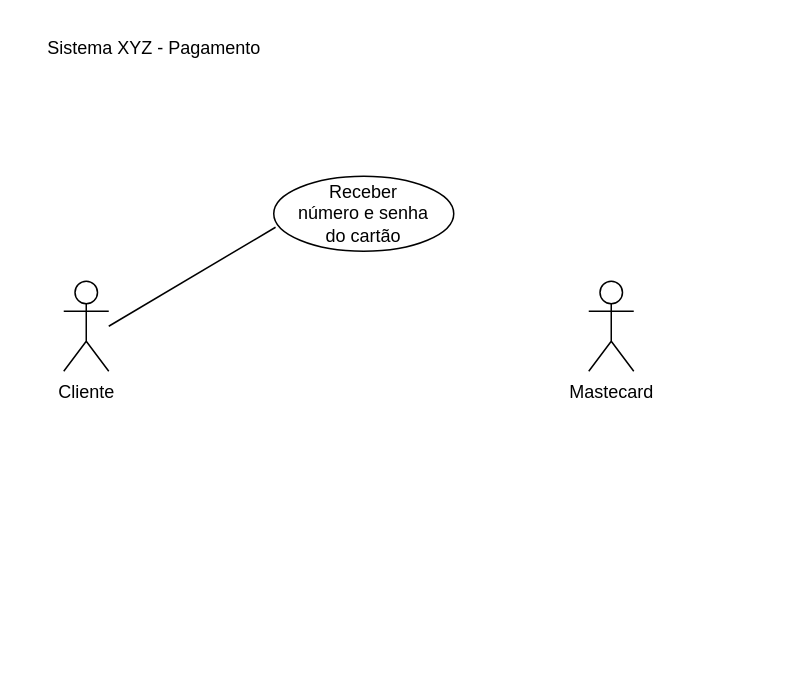
Before: Diagrama sem nome.drawio in ZardsMK/DrawIO, a draw.io diagram. Source tidied: cells renumbered, new cells numbered last; positions are measured from the earlier drawing's top-left corner, leaving out a move shared by most shapes. Both pictures are drawn from the tidied source at 150%, with x=0, y=0 at pixel (26, 26).
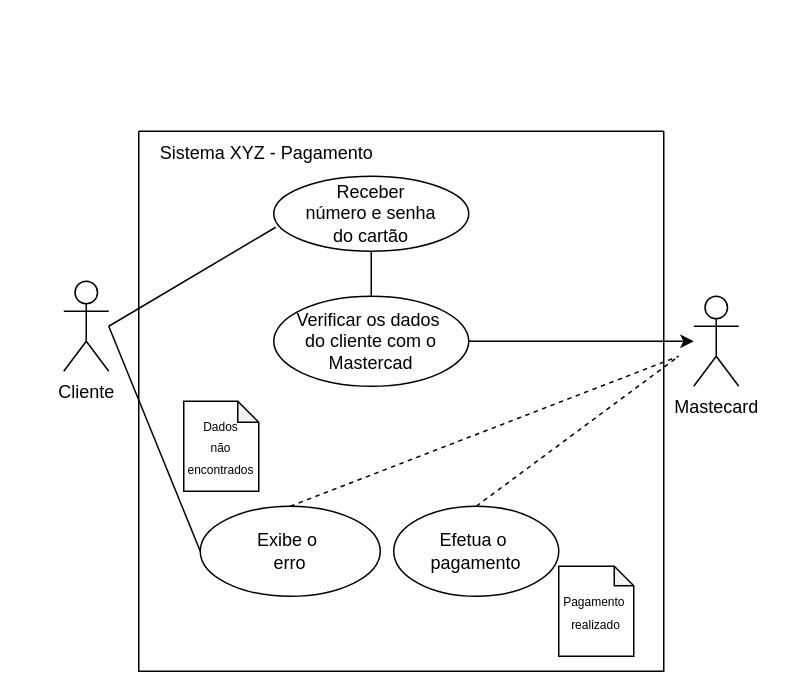
After the change.

Commit message:
Actualizar Diagrama 07/03.drawio

The edit, as a diff of the source:
```diff
@@
-    <mxCell id="2" value="Sistema XYZ - Pagamento" style="text;html=1;align=center;verticalAlign=middle;strokeColor=none;fillColor=none;" parent="1" vertex="1">
-      <mxGeometry width="170" height="30" as="geometry" />
-    </mxCell>
@@
     <mxCell id="4" value="Mastecard" style="shape=umlActor;verticalLabelPosition=bottom;verticalAlign=top;html=1;outlineConnect=0;" parent="1" vertex="1">
-      <mxGeometry x="375" y="170" width="30" height="60" as="geometry" />
+      <mxGeometry x="445" y="180" width="30" height="60" as="geometry" />
     </mxCell>
@@
+    <mxCell id="7" style="edgeStyle=orthogonalEdgeStyle;rounded=0;jettySize=auto;html=1;" parent="1" edge="1" source="12" target="4">
+      <mxGeometry relative="1" as="geometry" />
+    </mxCell>
+    <mxCell id="8" style="endArrow=none;dashed=1;html=1;rounded=0;exitX=0.5;exitY=0;exitDx=0;exitDy=0;" parent="1" edge="1" source="15">
+      <mxGeometry relative="1" as="geometry">
+        <mxPoint x="435" y="220" as="targetPoint" />
+      </mxGeometry>
+    </mxCell>
+    <mxCell id="9" style="endArrow=none;dashed=1;html=1;rounded=0;exitX=0.5;exitY=0;exitDx=0;exitDy=0;" parent="1" edge="1" source="14">
+      <mxGeometry relative="1" as="geometry">
+        <mxPoint x="435" y="220" as="targetPoint" />
+      </mxGeometry>
+    </mxCell>
+    <mxCell id="10" style="endArrow=none;html=1;rounded=0;entryX=0;entryY=0.5;entryDx=0;entryDy=0;" parent="1" edge="1" target="15">
+      <mxGeometry relative="1" as="geometry">
+        <mxPoint x="55" y="200" as="sourcePoint" />
+      </mxGeometry>
+    </mxCell>
+    <mxCell id="11" style="swimlane;startSize=0;" parent="1" vertex="1">
+      <mxGeometry x="75" y="70" width="350" height="360" as="geometry" />
+    </mxCell>
-    <mxCell id="6" value="Receber&lt;div&gt;número e senha&lt;/div&gt;&lt;div&gt;do cartão&lt;/div&gt;" style="ellipse;whiteSpace=wrap;html=1;" parent="1" vertex="1">
-      <mxGeometry x="165" y="100" width="120" height="50" as="geometry" />
+    <mxCell id="6" value="Receber&lt;div&gt;número e senha&lt;/div&gt;&lt;div&gt;do cartão&lt;/div&gt;" style="ellipse;whiteSpace=wrap;html=1;" parent="11" vertex="1">
+      <mxGeometry x="90" y="30" width="130" height="50" as="geometry" />
     </mxCell>
+    <mxCell id="12" value="Verificar os&amp;nbsp;&lt;span style=&quot;background-color: transparent; color: light-dark(rgb(0, 0, 0), rgb(255, 255, 255));&quot;&gt;dados&amp;nbsp;&lt;/span&gt;&lt;div&gt;&lt;span style=&quot;background-color: transparent; color: light-dark(rgb(0, 0, 0), rgb(255, 255, 255));&quot;&gt;do cliente&amp;nbsp;&lt;/span&gt;&lt;span style=&quot;background-color: transparent; color: light-dark(rgb(0, 0, 0), rgb(255, 255, 255));&quot;&gt;com o Mastercad&lt;/span&gt;&lt;/div&gt;" style="ellipse;whiteSpace=wrap;html=1;" parent="11" vertex="1">
+      <mxGeometry x="90" y="110" width="130" height="60" as="geometry" />
+    </mxCell>
+    <mxCell id="13" style="endArrow=none;html=1;rounded=0;exitX=0.5;exitY=1;exitDx=0;exitDy=0;entryX=0.5;entryY=0;entryDx=0;entryDy=0;" parent="11" edge="1" source="6" target="12">
+      <mxGeometry relative="1" as="geometry" />
+    </mxCell>
+    <mxCell id="14" value="Efetua&amp;nbsp;&lt;span style=&quot;background-color: transparent; color: light-dark(rgb(0, 0, 0), rgb(255, 255, 255));&quot;&gt;o&amp;nbsp;&lt;/span&gt;&lt;div&gt;pagamento&lt;/div&gt;" style="ellipse;whiteSpace=wrap;html=1;" parent="11" vertex="1">
+      <mxGeometry x="170" y="250" width="110" height="60" as="geometry" />
+    </mxCell>
+    <mxCell id="15" value="Exibe&amp;nbsp;&lt;span style=&quot;background-color: transparent; color: light-dark(rgb(0, 0, 0), rgb(255, 255, 255));&quot;&gt;o&amp;nbsp;&lt;/span&gt;&lt;div&gt;erro&lt;/div&gt;" style="ellipse;whiteSpace=wrap;html=1;" parent="11" vertex="1">
+      <mxGeometry x="41" y="250" width="120" height="60" as="geometry" />
+    </mxCell>
+    <mxCell id="16" value="&lt;font style=&quot;font-size: 8px;&quot;&gt;Pagamento&amp;nbsp;&lt;/font&gt;&lt;div&gt;&lt;font style=&quot;font-size: 8px;&quot;&gt;realizado&lt;/font&gt;&lt;/div&gt;" style="shape=note;whiteSpace=wrap;html=1;backgroundOutline=1;darkOpacity=0.05;size=13;" parent="11" vertex="1">
+      <mxGeometry x="280" y="290" width="50" height="60" as="geometry" />
+    </mxCell>
+    <mxCell id="17" value="&lt;font style=&quot;font-size: 8px;&quot;&gt;Dados&lt;/font&gt;&lt;div&gt;&lt;font style=&quot;font-size: 8px;&quot;&gt;não&lt;/font&gt;&lt;/div&gt;&lt;div&gt;&lt;font style=&quot;font-size: 8px;&quot;&gt;encontrados&lt;/font&gt;&lt;/div&gt;" style="shape=note;whiteSpace=wrap;html=1;backgroundOutline=1;darkOpacity=0.05;size=14;" parent="11" vertex="1">
+      <mxGeometry x="30" y="180" width="50" height="60" as="geometry" />
+    </mxCell>
+    <mxCell id="2" value="Sistema XYZ - Pagamento" style="text;html=1;align=center;verticalAlign=middle;strokeColor=none;fillColor=none;" parent="11" vertex="1">
+      <mxGeometry width="170" height="30" as="geometry" />
+    </mxCell>
```
